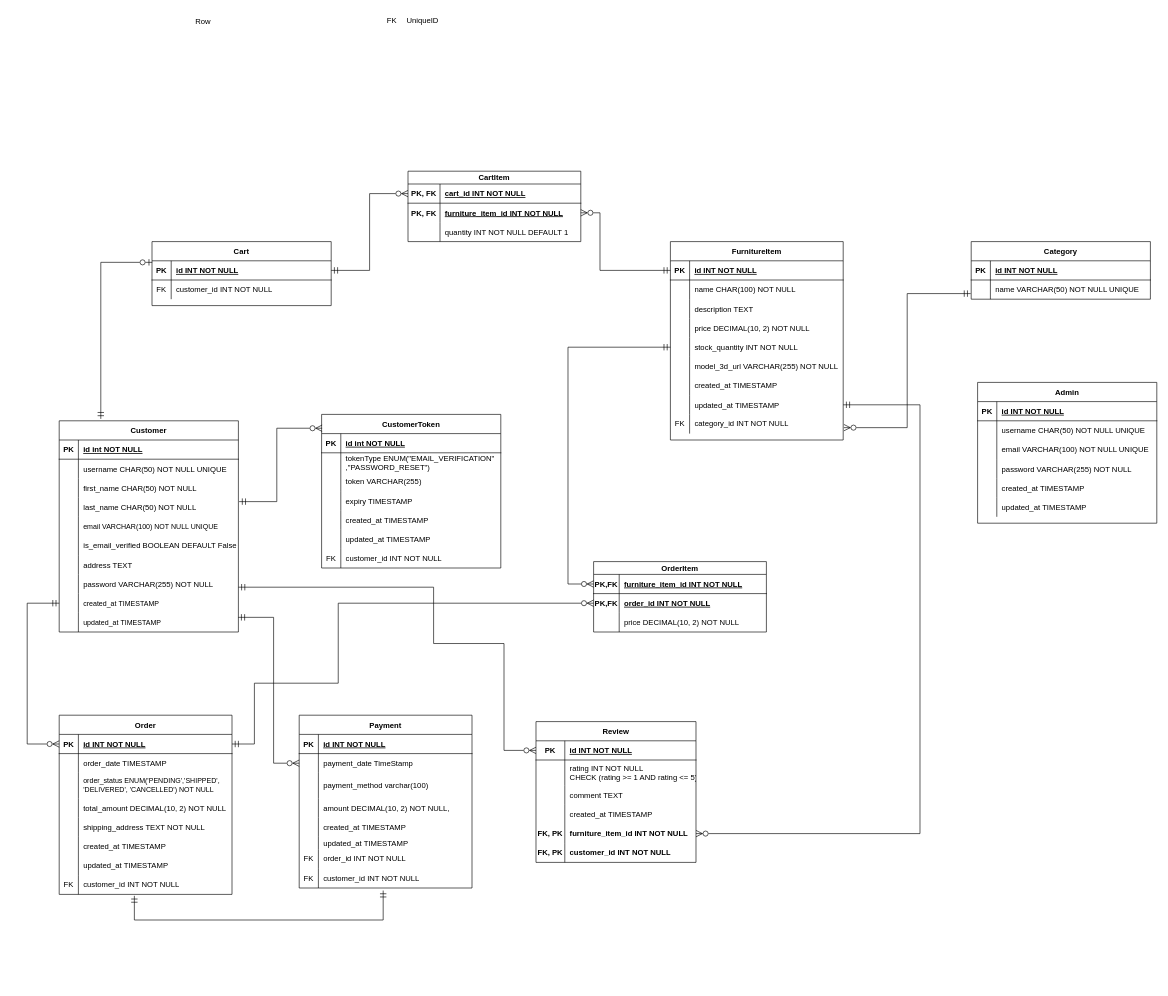
OmerAwan445/FurnishARt_FYP_Documentation keeps this draw.io diagram as 30%/Diagrams/ERD Diagram.drawio. Above is the earlier version. Source tidied: cells renumbered, new cells numbered last; positions are measured from the earlier drawing's top-left corner, leaving out a move shared by most shapes. Both pictures are drawn from the tidied source at 64%, with x=0, y=0 at pixel (27, 11).
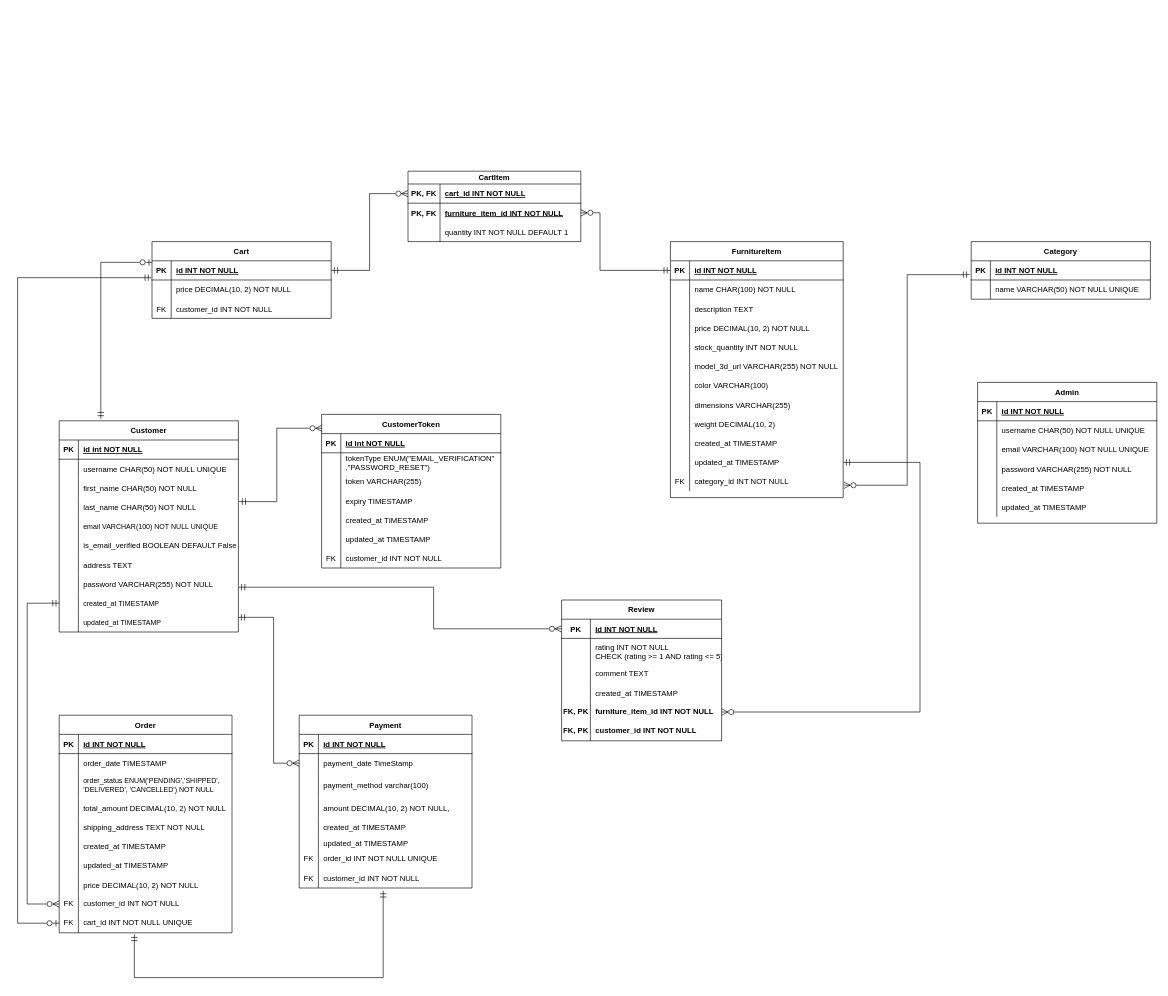
Above is the later version.

Commit message (it also covers changes not shown here):
Updated Use case and ERD diagram

Unchanged cells that the change refers to:
```xml
<mxCell id="46" style="shape=tableRow;horizontal=0;startSize=0;swimlaneHead=0;swimlaneBody=0;fillColor=none;points=[[0,0.5],[1,0.5]];portConstraint=eastwest;top=0;left=0;right=0;bottom=0;" parent="21" vertex="1">
  <mxGeometry y="270" width="280" height="30" as="geometry" />
</mxCell>
<mxCell id="65" style="shape=tableRow;horizontal=0;startSize=0;swimlaneHead=0;swimlaneBody=0;fillColor=none;points=[[0,0.5],[1,0.5]];portConstraint=eastwest;top=0;left=0;right=0;bottom=0;" parent="52" vertex="1">
  <mxGeometry y="150" width="270" height="30" as="geometry" />
</mxCell>
<mxCell id="81" style="shape=partialRectangle;fillColor=none;points=[[0,0.5],[1,0.5]];portConstraint=eastwest;top=0;left=0;right=0;bottom=1;" parent="80" vertex="1">
  <mxGeometry y="30" width="280" height="30" as="geometry" />
</mxCell>
<mxCell id="84" style="shape=partialRectangle;fillColor=none;points=[[0,0.5],[1,0.5]];portConstraint=eastwest;top=0;left=0;right=0;bottom=0;" parent="80" vertex="1">
  <mxGeometry y="60" width="280" height="30" as="geometry" />
</mxCell>
<mxCell id="88" style="shape=partialRectangle;fillColor=none;points=[[0,0.5],[1,0.5]];portConstraint=eastwest;top=0;left=0;right=0;bottom=1;" parent="87" vertex="1">
  <mxGeometry y="30" width="270" height="30" as="geometry" />
</mxCell>
<mxCell id="123" style="shape=partialRectangle;fillColor=none;points=[[0,0.5],[1,0.5]];portConstraint=eastwest;top=0;left=0;right=0;bottom=1;" parent="122" vertex="1">
  <mxGeometry y="30" width="250" height="30" as="geometry" />
</mxCell>
<mxCell id="142" style="shape=partialRectangle;fillColor=none;points=[[0,0.5],[1,0.5]];portConstraint=eastwest;top=0;left=0;right=0;bottom=1;" parent="141" vertex="1">
  <mxGeometry y="30" width="280" height="30" as="geometry" />
</mxCell>
<mxCell id="167" style="shape=tableRow;horizontal=0;startSize=0;swimlaneHead=0;swimlaneBody=0;fillColor=none;top=0;left=0;right=0;bottom=0;" parent="148" vertex="1">
  <mxGeometry y="210" width="270" height="30" as="geometry" />
</mxCell>
<mxCell id="170" style="shape=tableRow;horizontal=0;startSize=0;swimlaneHead=0;swimlaneBody=0;fillColor=none;points=[[0,0.5],[1,0.5]];portConstraint=eastwest;top=0;left=0;right=0;bottom=0;" parent="148" vertex="1">
  <mxGeometry y="240" width="270" height="30" as="geometry" />
</mxCell>
```

Diff of the diagram source:
```diff
@@
     <mxCell id="52" value="FurnitureItem" style="shape=table;startSize=30;childLayout=tableLayout;rowLines=0;fontStyle=1;align=center;" parent="1" vertex="1">
-      <mxGeometry x="1005" y="360" width="270" height="310" as="geometry" />
+      <mxGeometry x="1005" y="360" width="270" height="400" as="geometry" />
     </mxCell>
@@
+    <mxCell id="225" style="shape=tableRow;horizontal=0;startSize=0;swimlaneHead=0;swimlaneBody=0;fillColor=none;top=0;left=0;right=0;bottom=0;" parent="52" vertex="1">
+      <mxGeometry y="210" width="270" height="30" as="geometry" />
+    </mxCell>
+    <mxCell id="226" style="shape=partialRectangle;fillColor=none;top=0;left=0;bottom=0;right=0;overflow=hidden;" parent="225" vertex="1">
+      <mxGeometry width="30" height="30" as="geometry" />
+    </mxCell>
+    <mxCell id="227" value="    color VARCHAR(100)" style="shape=partialRectangle;fillColor=none;top=0;left=0;bottom=0;right=0;align=left;spacingLeft=6;overflow=hidden;" parent="225" vertex="1">
+      <mxGeometry x="30" width="240" height="30" as="geometry" />
+    </mxCell>
+    <mxCell id="228" style="shape=tableRow;horizontal=0;startSize=0;swimlaneHead=0;swimlaneBody=0;fillColor=none;top=0;left=0;right=0;bottom=0;" parent="52" vertex="1">
+      <mxGeometry y="240" width="270" height="30" as="geometry" />
+    </mxCell>
+    <mxCell id="229" style="shape=partialRectangle;fillColor=none;top=0;left=0;bottom=0;right=0;overflow=hidden;" parent="228" vertex="1">
+      <mxGeometry width="30" height="30" as="geometry" />
+    </mxCell>
+    <mxCell id="230" value="    dimensions VARCHAR(255)" style="shape=partialRectangle;fillColor=none;top=0;left=0;bottom=0;right=0;align=left;spacingLeft=6;overflow=hidden;" parent="228" vertex="1">
+      <mxGeometry x="30" width="240" height="30" as="geometry" />
+    </mxCell>
+    <mxCell id="231" style="shape=tableRow;horizontal=0;startSize=0;swimlaneHead=0;swimlaneBody=0;fillColor=none;top=0;left=0;right=0;bottom=0;" parent="52" vertex="1">
+      <mxGeometry y="270" width="270" height="30" as="geometry" />
+    </mxCell>
+    <mxCell id="232" style="shape=partialRectangle;fillColor=none;top=0;left=0;bottom=0;right=0;overflow=hidden;" parent="231" vertex="1">
+      <mxGeometry width="30" height="30" as="geometry" />
+    </mxCell>
+    <mxCell id="233" value="    weight DECIMAL(10, 2)" style="shape=partialRectangle;fillColor=none;top=0;left=0;bottom=0;right=0;align=left;spacingLeft=6;overflow=hidden;" parent="231" vertex="1">
+      <mxGeometry x="30" width="240" height="30" as="geometry" />
+    </mxCell>
     <mxCell id="71" style="shape=tableRow;horizontal=0;startSize=0;swimlaneHead=0;swimlaneBody=0;fillColor=none;top=0;left=0;right=0;bottom=0;" parent="52" vertex="1">
-      <mxGeometry y="210" width="270" height="30" as="geometry" />
+      <mxGeometry y="300" width="270" height="30" as="geometry" />
     </mxCell>
@@
     <mxCell id="74" style="shape=tableRow;horizontal=0;startSize=0;swimlaneHead=0;swimlaneBody=0;fillColor=none;points=[[0,0.5],[1,0.5]];portConstraint=eastwest;top=0;left=0;right=0;bottom=0;" parent="52" vertex="1">
-      <mxGeometry y="240" width="270" height="30" as="geometry" />
+      <mxGeometry y="330" width="270" height="30" as="geometry" />
     </mxCell>
@@
     <mxCell id="77" style="shape=tableRow;horizontal=0;startSize=0;swimlaneHead=0;swimlaneBody=0;fillColor=none;points=[[0,0.5],[1,0.5]];portConstraint=eastwest;top=0;left=0;right=0;bottom=0;" parent="52" vertex="1">
-      <mxGeometry y="270" width="270" height="30" as="geometry" />
+      <mxGeometry y="360" width="270" height="30" as="geometry" />
     </mxCell>
@@
     <mxCell id="87" value="Order" style="shape=table;startSize=30;childLayout=tableLayout;rowLines=0;fontStyle=1;align=center;" parent="1" vertex="1">
-      <mxGeometry x="50" y="1100" width="270" height="280" as="geometry" />
+      <mxGeometry x="50" y="1100" width="270" height="340" as="geometry" />
     </mxCell>
@@
+    <mxCell id="234" style="shape=tableRow;horizontal=0;startSize=0;swimlaneHead=0;swimlaneBody=0;fillColor=none;top=0;left=0;right=0;bottom=0;" parent="87" vertex="1">
+      <mxGeometry y="250" width="270" height="30" as="geometry" />
+    </mxCell>
+    <mxCell id="235" style="shape=partialRectangle;fillColor=none;top=0;left=0;bottom=0;right=0;overflow=hidden;" parent="234" vertex="1">
+      <mxGeometry width="30" height="30" as="geometry" />
+    </mxCell>
+    <mxCell id="236" value="price DECIMAL(10, 2) NOT NULL" style="shape=partialRectangle;fillColor=none;top=0;left=0;bottom=0;right=0;align=left;spacingLeft=6;overflow=hidden;" parent="234" vertex="1">
+      <mxGeometry x="30" width="240" height="30" as="geometry" />
+    </mxCell>
+    <mxCell id="237" style="shape=tableRow;horizontal=0;startSize=0;swimlaneHead=0;swimlaneBody=0;fillColor=none;points=[[0,0.5],[1,0.5]];portConstraint=eastwest;top=0;left=0;right=0;bottom=0;" parent="87" vertex="1">
+      <mxGeometry y="280" width="270" height="30" as="geometry" />
+    </mxCell>
+    <mxCell id="216" value="FK" style="shape=partialRectangle;fillColor=none;top=0;left=0;bottom=0;right=0;fontStyle=0;overflow=hidden;whiteSpace=wrap;html=1;" parent="237" vertex="1">
+      <mxGeometry width="30" height="30" as="geometry" />
+    </mxCell>
+    <mxCell id="238" value="&lt;span style=&quot;text-wrap: nowrap;&quot;&gt;customer_id INT NOT NULL&lt;/span&gt;" style="shape=partialRectangle;fillColor=none;top=0;left=0;bottom=0;right=0;align=left;spacingLeft=6;fontStyle=0;overflow=hidden;whiteSpace=wrap;html=1;" parent="237" vertex="1">
+      <mxGeometry x="30" width="240" height="30" as="geometry" />
+    </mxCell>
     <mxCell id="109" style="shape=tableRow;horizontal=0;startSize=0;swimlaneHead=0;swimlaneBody=0;fillColor=none;points=[[0,0.5],[1,0.5]];portConstraint=eastwest;top=0;left=0;right=0;bottom=0;" parent="87" vertex="1">
-      <mxGeometry y="250" width="270" height="30" as="geometry" />
+      <mxGeometry y="310" width="270" height="30" as="geometry" />
     </mxCell>
@@
-    <mxCell id="111" value="&lt;span style=&quot;text-wrap: nowrap;&quot;&gt;&lt;font style=&quot;font-size: 12px;&quot;&gt;customer_id INT NOT NULL&lt;/font&gt;&lt;/span&gt;" style="shape=partialRectangle;fillColor=none;top=0;left=0;bottom=0;right=0;align=left;spacingLeft=6;fontStyle=0;overflow=hidden;whiteSpace=wrap;html=1;" parent="109" vertex="1">
+    <mxCell id="111" value="cart_id INT NOT NULL UNIQUE" style="shape=partialRectangle;fillColor=none;top=0;left=0;bottom=0;right=0;align=left;spacingLeft=6;fontStyle=0;overflow=hidden;whiteSpace=wrap;html=1;" parent="109" vertex="1">
       <mxGeometry x="30" width="240" height="30" as="geometry" />
     </mxCell>
-    <mxCell id="112" value="OrderItem" style="shape=table;startSize=20;childLayout=tableLayout;rowLines=0;fontStyle=1;align=center;" parent="1" vertex="1">
-      <mxGeometry x="885" y="860" width="270" height="110" as="geometry" />
-    </mxCell>
-    <mxCell id="113" style="shape=partialRectangle;fillColor=none;points=[[0,0.5],[1,0.5]];portConstraint=eastwest;top=0;left=0;right=0;bottom=1;" parent="112" vertex="1">
-      <mxGeometry y="20" width="270" height="30" as="geometry" />
-    </mxCell>
-    <mxCell id="114" value="PK,FK" style="shape=partialRectangle;overflow=hidden;fillColor=none;top=0;left=0;bottom=0;right=0;fontStyle=1;" parent="113" vertex="1">
-      <mxGeometry width="40" height="30" as="geometry" />
-    </mxCell>
-    <mxCell id="115" value="furniture_item_id INT NOT NULL" style="shape=partialRectangle;overflow=hidden;fillColor=none;top=0;left=0;bottom=0;right=0;align=left;spacingLeft=6;fontStyle=5;fontSize=12;" parent="113" vertex="1">
-      <mxGeometry x="40" width="230" height="30" as="geometry" />
-    </mxCell>
-    <mxCell id="116" style="shape=partialRectangle;fillColor=none;points=[[0,0.5],[1,0.5]];portConstraint=eastwest;top=0;left=0;right=0;bottom=0;" parent="112" vertex="1">
-      <mxGeometry y="50" width="270" height="30" as="geometry" />
-    </mxCell>
-    <mxCell id="117" value="PK,FK" style="shape=partialRectangle;overflow=hidden;fillColor=none;top=0;left=0;bottom=0;right=0;fontStyle=1;" parent="116" vertex="1">
-      <mxGeometry width="40" height="30" as="geometry" />
-    </mxCell>
-    <mxCell id="118" value="order_id INT NOT NULL" style="shape=partialRectangle;overflow=hidden;fillColor=none;top=0;left=0;bottom=0;right=0;align=left;spacingLeft=6;fontStyle=5;" parent="116" vertex="1">
-      <mxGeometry x="40" width="230" height="30" as="geometry" />
-    </mxCell>
-    <mxCell id="119" style="shape=partialRectangle;fillColor=none;top=0;left=0;right=0;bottom=0;" parent="112" vertex="1">
-      <mxGeometry y="80" width="270" height="30" as="geometry" />
-    </mxCell>
-    <mxCell id="120" style="shape=partialRectangle;overflow=hidden;fillColor=none;top=0;left=0;bottom=0;right=0;" parent="119" vertex="1">
-      <mxGeometry width="40" height="30" as="geometry" />
-    </mxCell>
-    <mxCell id="121" value="price DECIMAL(10, 2) NOT NULL" style="shape=partialRectangle;overflow=hidden;fillColor=none;top=0;left=0;bottom=0;right=0;align=left;spacingLeft=6;" parent="119" vertex="1">
-      <mxGeometry x="40" width="230" height="30" as="geometry" />
-    </mxCell>
     <mxCell id="122" value="Review" style="shape=table;startSize=30;childLayout=tableLayout;rowLines=0;fontStyle=1;align=center;" parent="1" vertex="1">
-      <mxGeometry x="795" y="1110" width="250" height="220" as="geometry" />
+      <mxGeometry x="835" y="920" width="250" height="220" as="geometry" />
     </mxCell>
@@
     <mxCell id="141" value="Cart" style="shape=table;startSize=30;childLayout=tableLayout;rowLines=0;fontStyle=1;align=center;" parent="1" vertex="1">
-      <mxGeometry x="195" y="360" width="280" height="100" as="geometry" />
+      <mxGeometry x="195" y="360" width="280" height="120" as="geometry" />
     </mxCell>
@@
+    <mxCell id="239" style="shape=tableRow;horizontal=0;startSize=0;swimlaneHead=0;swimlaneBody=0;fillColor=none;top=0;left=0;right=0;bottom=0;" parent="141" vertex="1">
+      <mxGeometry y="60" width="280" height="30" as="geometry" />
+    </mxCell>
+    <mxCell id="240" style="shape=partialRectangle;fillColor=none;top=0;left=0;bottom=0;right=0;overflow=hidden;" parent="239" vertex="1">
+      <mxGeometry width="30" height="30" as="geometry" />
+    </mxCell>
+    <mxCell id="241" value="price DECIMAL(10, 2) NOT NULL" style="shape=partialRectangle;fillColor=none;top=0;left=0;bottom=0;right=0;align=left;spacingLeft=6;overflow=hidden;" parent="239" vertex="1">
+      <mxGeometry x="30" width="250" height="30" as="geometry" />
+    </mxCell>
     <mxCell id="145" style="shape=tableRow;horizontal=0;startSize=0;swimlaneHead=0;swimlaneBody=0;fillColor=none;top=0;left=0;right=0;bottom=0;" parent="141" vertex="1">
-      <mxGeometry y="60" width="280" height="30" as="geometry" />
+      <mxGeometry y="90" width="280" height="30" as="geometry" />
     </mxCell>
@@
-    <mxCell id="169" value="&lt;span style=&quot;text-wrap: nowrap;&quot;&gt;order_id INT NOT NULL&lt;/span&gt;" style="shape=partialRectangle;fillColor=none;top=0;left=0;bottom=0;right=0;align=left;spacingLeft=6;fontStyle=0;overflow=hidden;whiteSpace=wrap;html=1;" parent="167" vertex="1">
+    <mxCell id="169" value="&lt;span style=&quot;text-wrap: nowrap;&quot;&gt;order_id INT NOT NULL UNIQUE&lt;/span&gt;" style="shape=partialRectangle;fillColor=none;top=0;left=0;bottom=0;right=0;align=left;spacingLeft=6;fontStyle=0;overflow=hidden;whiteSpace=wrap;html=1;" parent="167" vertex="1">
       <mxGeometry x="30" width="240" height="30" as="geometry" />
     </mxCell>
@@
-    <mxCell id="195" style="edgeStyle=elbowEdgeStyle;fontSize=12;html=1;endArrow=ERzeroToMany;startArrow=ERmandOne;rounded=0;entryX=0;entryY=0.5;entryDx=0;entryDy=0;endFill=0;strokeWidth=1;endSize=8;startSize=8;" parent="1" edge="1" source="46" target="88">
+    <mxCell id="195" style="edgeStyle=elbowEdgeStyle;fontSize=12;html=1;endArrow=ERzeroToMany;startArrow=ERmandOne;rounded=0;endFill=0;strokeWidth=1;endSize=8;startSize=8;entryX=0;entryY=0.5;entryDx=0;entryDy=0;" parent="1" edge="1" source="46" target="237">
       <mxGeometry relative="1" as="geometry">
         <Array as="points">
           <mxPoint y="1030" />
           <mxPoint x="400" y="1237.4" />
           <mxPoint x="402.8" y="1287.4" />
         </Array>
       </mxGeometry>
     </mxCell>
@@
     <mxCell id="197" style="edgeStyle=orthogonalEdgeStyle;fontSize=12;html=1;endArrow=ERmandOne;startArrow=ERzeroToMany;rounded=0;endFill=0;strokeWidth=1;endSize=8;startSize=8;startFill=0;entryX=0.999;entryY=0.068;entryDx=0;entryDy=0;entryPerimeter=0;exitX=0;exitY=0.5;exitDx=0;exitDy=0;" parent="1" edge="1" source="123">
       <mxGeometry relative="1" as="geometry">
         <mxPoint x="330" y="900" as="targetPoint" />
         <Array as="points">
-          <mxPoint x="745" y="1155" />
-          <mxPoint x="745" y="988" />
-          <mxPoint x="635" y="988" />
+          <mxPoint x="635" y="965" />
           <mxPoint x="635" y="900" />
         </Array>
       </mxGeometry>
     </mxCell>
@@
-    <mxCell id="212" style="edgeStyle=elbowEdgeStyle;fontSize=12;html=1;endArrow=ERzeroToMany;startArrow=ERmandOne;rounded=0;entryX=1.004;entryY=0.69;entryDx=0;entryDy=0;exitX=-0.003;exitY=0.708;exitDx=0;exitDy=0;endFill=0;strokeWidth=1;endSize=8;startSize=8;startFill=0;entryPerimeter=0;exitPerimeter=0;" parent="1" edge="1" source="84" target="77">
+    <mxCell id="212" style="edgeStyle=elbowEdgeStyle;fontSize=12;html=1;endArrow=ERzeroToMany;startArrow=ERmandOne;rounded=0;entryX=1.004;entryY=0.69;entryDx=0;entryDy=0;exitX=-0.008;exitY=0.721;exitDx=0;exitDy=0;endFill=0;strokeWidth=1;endSize=8;startSize=8;startFill=0;entryPerimeter=0;exitPerimeter=0;" parent="1" edge="1" source="81" target="77">
       <mxGeometry relative="1" as="geometry">
         <Array as="points">
           <mxPoint x="1375" y="460" />
         </Array>
       </mxGeometry>
     </mxCell>
     <mxCell id="213" style="edgeStyle=elbowEdgeStyle;fontSize=12;html=1;endArrow=ERmandOne;startArrow=ERmandOne;rounded=0;endFill=0;strokeWidth=1;endSize=8;startSize=8;startFill=0;elbow=vertical;entryX=0.435;entryY=1.074;entryDx=0;entryDy=0;entryPerimeter=0;exitX=0.486;exitY=1.133;exitDx=0;exitDy=0;exitPerimeter=0;" parent="1" edge="1" source="170" target="109">
       <mxGeometry relative="1" as="geometry">
         <Array as="points">
-          <mxPoint x="545" y="1420" />
+          <mxPoint x="355" y="1510" />
         </Array>
       </mxGeometry>
     </mxCell>
-    <mxCell id="214" style="shape=table;startSize=0;childLayout=tableLayout;rowLines=0;fontStyle=0;align=center;strokeColor=none;fillColor=none;" parent="1" vertex="1">
-      <mxGeometry x="555" width="180" height="30" as="geometry" />
-    </mxCell>
-    <mxCell id="215" style="shape=tableRow;horizontal=0;startSize=0;swimlaneHead=0;swimlaneBody=0;fillColor=none;top=0;left=0;right=0;bottom=0;" parent="214" vertex="1">
-      <mxGeometry width="180" height="30" as="geometry" />
-    </mxCell>
-    <mxCell id="216" value="FK" style="shape=partialRectangle;fillColor=none;top=0;left=0;bottom=0;right=0;fontStyle=0;overflow=hidden;whiteSpace=wrap;html=1;" parent="215" vertex="1">
-      <mxGeometry width="30" height="30" as="geometry" />
-    </mxCell>
-    <mxCell id="217" value="UniqueID" style="shape=partialRectangle;fillColor=none;top=0;left=0;bottom=0;right=0;align=left;spacingLeft=6;fontStyle=0;overflow=hidden;whiteSpace=wrap;html=1;" parent="215" vertex="1">
-      <mxGeometry x="30" width="150" height="30" as="geometry" />
-    </mxCell>
-    <mxCell id="218" style="shape=table;startSize=0;childLayout=tableLayout;rowLines=0;fontStyle=0;align=center;strokeColor=none;fillColor=none;whiteSpace=wrap;html=1;" parent="1" vertex="1">
-      <mxGeometry x="225" width="180" height="30" as="geometry" />
-    </mxCell>
-    <mxCell id="219" style="shape=tableRow;horizontal=0;startSize=0;swimlaneHead=0;swimlaneBody=0;fillColor=none;top=0;left=0;right=0;bottom=0;" parent="218" vertex="1">
-      <mxGeometry width="180" height="30" as="geometry" />
-    </mxCell>
-    <mxCell id="220" style="shape=partialRectangle;fillColor=none;top=0;left=0;bottom=0;right=0;overflow=hidden;" parent="219" vertex="1">
-      <mxGeometry width="30" height="30" as="geometry" />
-    </mxCell>
-    <mxCell id="221" value="Row" style="shape=partialRectangle;fillColor=none;top=0;left=0;bottom=0;right=0;align=left;spacingLeft=6;overflow=hidden;" parent="219" vertex="1">
-      <mxGeometry x="30" width="150" height="30" as="geometry" />
-    </mxCell>
-    <mxCell id="222" style="edgeStyle=orthogonalEdgeStyle;fontSize=12;html=1;endArrow=ERzeroToMany;startArrow=ERmandOne;rounded=0;endFill=0;strokeWidth=1;endSize=8;startSize=8;startFill=0;exitX=1;exitY=0.5;exitDx=0;exitDy=0;entryX=0;entryY=0.5;entryDx=0;entryDy=0;" parent="1" edge="1" source="88" target="116">
-      <mxGeometry relative="1" as="geometry">
-        <Array as="points">
-          <mxPoint x="355" y="1145" />
-          <mxPoint x="355" y="1050" />
-          <mxPoint x="486" y="1050" />
-          <mxPoint x="486" y="925" />
-        </Array>
-      </mxGeometry>
-    </mxCell>
-    <mxCell id="223" style="edgeStyle=elbowEdgeStyle;fontSize=12;html=1;endArrow=ERzeroToMany;startArrow=ERmandOne;rounded=0;entryX=0;entryY=0.5;entryDx=0;entryDy=0;exitX=0;exitY=0.5;exitDx=0;exitDy=0;endFill=0;strokeWidth=1;endSize=8;startSize=8;startFill=0;" parent="1" edge="1" source="65" target="113">
-      <mxGeometry relative="1" as="geometry">
-        <Array as="points">
-          <mxPoint x="845" y="675" />
-        </Array>
-      </mxGeometry>
-    </mxCell>
@@
+    <mxCell id="242" style="edgeStyle=elbowEdgeStyle;fontSize=12;html=1;endArrow=ERzeroToOne;startArrow=ERmandOne;rounded=0;endFill=0;strokeWidth=1;endSize=8;startSize=8;exitX=-0.003;exitY=0.878;exitDx=0;exitDy=0;exitPerimeter=0;entryX=0;entryY=0.5;entryDx=0;entryDy=0;" parent="1" edge="1" source="142" target="109">
+      <mxGeometry relative="1" as="geometry">
+        <Array as="points">
+          <mxPoint x="-15" y="900" />
+          <mxPoint x="375" y="1252.4" />
+          <mxPoint x="377.8" y="1302.4" />
+        </Array>
+      </mxGeometry>
+    </mxCell>
```
